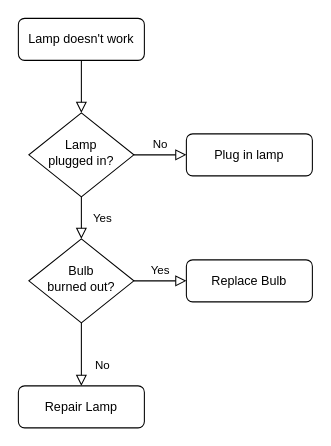
Above: TestFlowChart.drawio in Dave-Petrie/DrawIO (draw.io), before the change. Source tidied: cells renumbered, new cells numbered last; positions are measured from the earlier drawing's top-left corner, leaving out a move shared by most shapes. Both pictures are drawn from the tidied source at 105%, with x=0, y=0 at pixel (18, 18).
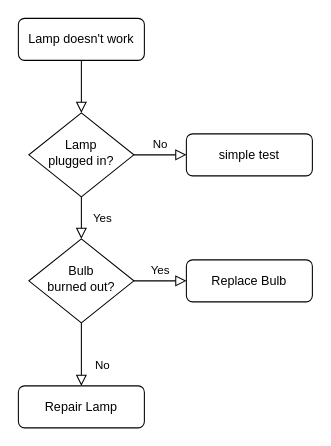
The same diagram, later.

Diff of the diagram source:
```diff
@@
 <mxGraphModel>
   <root>
     <mxCell id="0" />
     <mxCell id="1" parent="0" />
     <mxCell id="2" style="rounded=0;html=1;jettySize=auto;fontSize=11;endArrow=block;endFill=0;endSize=8;strokeWidth=1;shadow=0;labelBackgroundColor=none;edgeStyle=orthogonalEdgeStyle;" parent="1" edge="1" source="3" target="6">
       <mxGeometry relative="1" as="geometry" />
     </mxCell>
     <mxCell id="3" value="Lamp doesn't work" style="rounded=1;whiteSpace=wrap;html=1;fontSize=12;glass=0;strokeWidth=1;shadow=0;" parent="1" vertex="1">
       <mxGeometry width="120" height="40" as="geometry" />
     </mxCell>
     <mxCell id="4" value="Yes" style="rounded=0;html=1;jettySize=auto;fontSize=11;endArrow=block;endFill=0;endSize=8;strokeWidth=1;shadow=0;labelBackgroundColor=none;edgeStyle=orthogonalEdgeStyle;" parent="1" edge="1" source="6" target="10">
       <mxGeometry y="20" relative="1" as="geometry" />
     </mxCell>
     <mxCell id="5" value="No" style="edgeStyle=orthogonalEdgeStyle;rounded=0;html=1;jettySize=auto;fontSize=11;endArrow=block;endFill=0;endSize=8;strokeWidth=1;shadow=0;labelBackgroundColor=none;" parent="1" edge="1" source="6" target="7">
       <mxGeometry y="10" relative="1" as="geometry" />
     </mxCell>
     <mxCell id="6" value="Lamp&lt;br&gt;plugged in?" style="rhombus;whiteSpace=wrap;html=1;shadow=0;fontFamily=Helvetica;fontSize=12;align=center;strokeWidth=1;spacing=6;spacingTop=-4;" parent="1" vertex="1">
       <mxGeometry x="10" y="90" width="100" height="80" as="geometry" />
     </mxCell>
-    <mxCell id="7" value="Plug in lamp" style="rounded=1;whiteSpace=wrap;html=1;fontSize=12;glass=0;strokeWidth=1;shadow=0;" parent="1" vertex="1">
+    <mxCell id="7" value="simple test" style="rounded=1;whiteSpace=wrap;html=1;fontSize=12;glass=0;strokeWidth=1;shadow=0;" parent="1" vertex="1">
       <mxGeometry x="160" y="110" width="120" height="40" as="geometry" />
     </mxCell>
     <mxCell id="8" value="No" style="rounded=0;html=1;jettySize=auto;fontSize=11;endArrow=block;endFill=0;endSize=8;strokeWidth=1;shadow=0;labelBackgroundColor=none;edgeStyle=orthogonalEdgeStyle;" parent="1" edge="1" source="10" target="11">
       <mxGeometry x="0.33" y="20" relative="1" as="geometry" />
     </mxCell>
     <mxCell id="9" value="Yes" style="edgeStyle=orthogonalEdgeStyle;rounded=0;html=1;jettySize=auto;fontSize=11;endArrow=block;endFill=0;endSize=8;strokeWidth=1;shadow=0;labelBackgroundColor=none;" parent="1" edge="1" source="10" target="12">
       <mxGeometry y="10" relative="1" as="geometry" />
     </mxCell>
     <mxCell id="10" value="Bulb&lt;br&gt;burned out?" style="rhombus;whiteSpace=wrap;html=1;shadow=0;fontFamily=Helvetica;fontSize=12;align=center;strokeWidth=1;spacing=6;spacingTop=-4;" parent="1" vertex="1">
       <mxGeometry x="10" y="210" width="100" height="80" as="geometry" />
     </mxCell>
     <mxCell id="11" value="Repair Lamp" style="rounded=1;whiteSpace=wrap;html=1;fontSize=12;glass=0;strokeWidth=1;shadow=0;" parent="1" vertex="1">
       <mxGeometry y="350" width="120" height="40" as="geometry" />
     </mxCell>
     <mxCell id="12" value="Replace Bulb" style="rounded=1;whiteSpace=wrap;html=1;fontSize=12;glass=0;strokeWidth=1;shadow=0;" parent="1" vertex="1">
       <mxGeometry x="160" y="230" width="120" height="40" as="geometry" />
     </mxCell>
   </root>
 </mxGraphModel>
```
